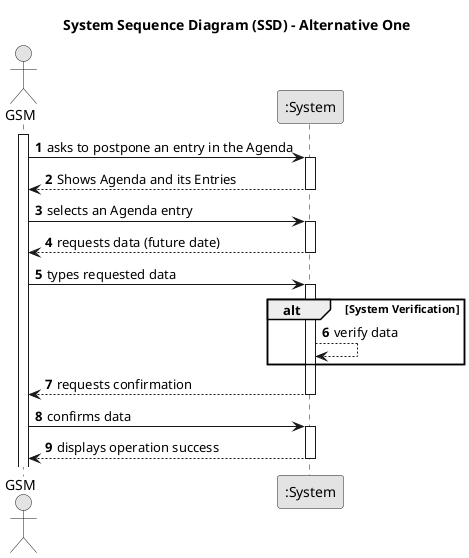
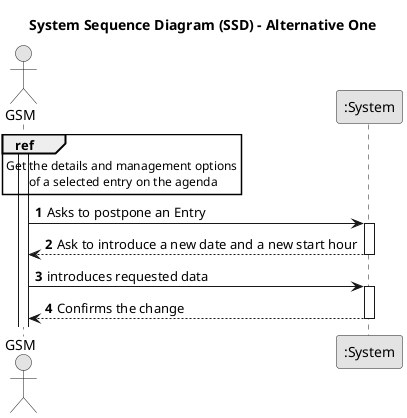
@startuml
skinparam monochrome true
skinparam packageStyle rectangle
skinparam shadowing false

title System Sequence Diagram (SSD) - Alternative One

autonumber

actor "GSM" as Manager
participant ":System" as System

activate Manager

-     Manager -> System : asks to postpone an entry in the Agenda
+ 
+ ref over Manager : Get the details and management options\n of a selected entry on the agenda
+ 
+ Manager -> System : Asks to postpone an Entry
+ 
    activate System

-         System --> Manager : Shows Agenda and its Entries
+         System --> Manager : Ask to introduce a new date and a new start hour
    deactivate System

-    Manager  -> System : selects an Agenda entry
+    Manager  -> System : introduces requested data
    activate System

-     System --> Manager : requests data (future date)
+     System --> Manager : Confirms the change
    deactivate System

-     Manager  -> System : types requested data
-         activate System

-     alt System Verification
-     System --> System  : verify data
-     end
- 
-         System --> Manager  : requests confirmation
-     deactivate System
- 
-     Manager  -> System : confirms data
-     activate System
- 
-         System --> Manager : displays operation success
-     deactivate System

@enduml